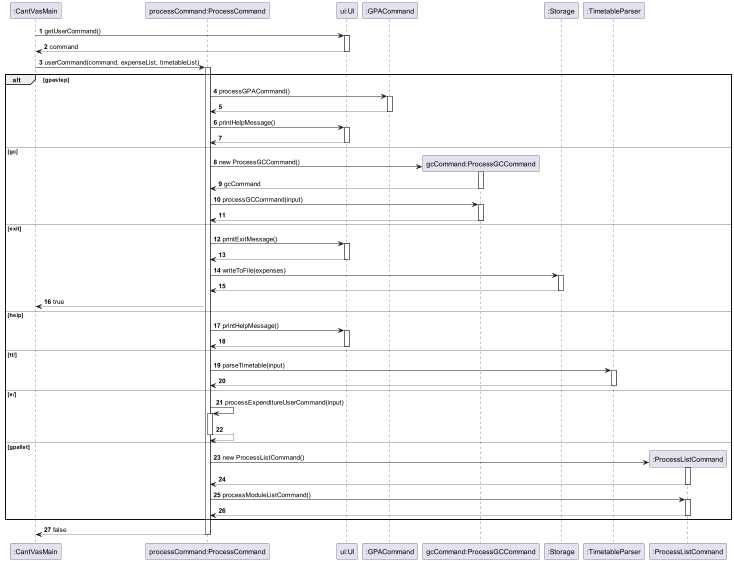
nyh3/tp keeps this PlantUML diagram as docs/diagrams/sequencediagram/ProcessCommand.png. Above is the earlier version.
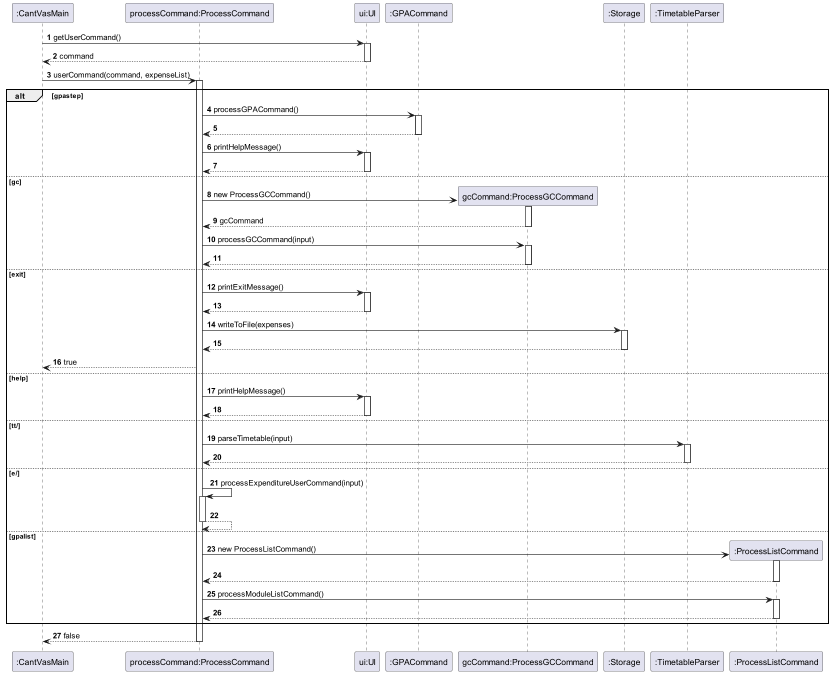
Later version of the same file.

What changed in the source:
```diff
@@ -16,7 +16,7 @@
 ui --> cantVasMain: command
 deactivate ui
 
-cantVasMain -> processCommand: userCommand(command, expenseList, timetableList)
+cantVasMain -> processCommand: userCommand(command, expenseList)
 activate processCommand
 
 alt gpastep
```
